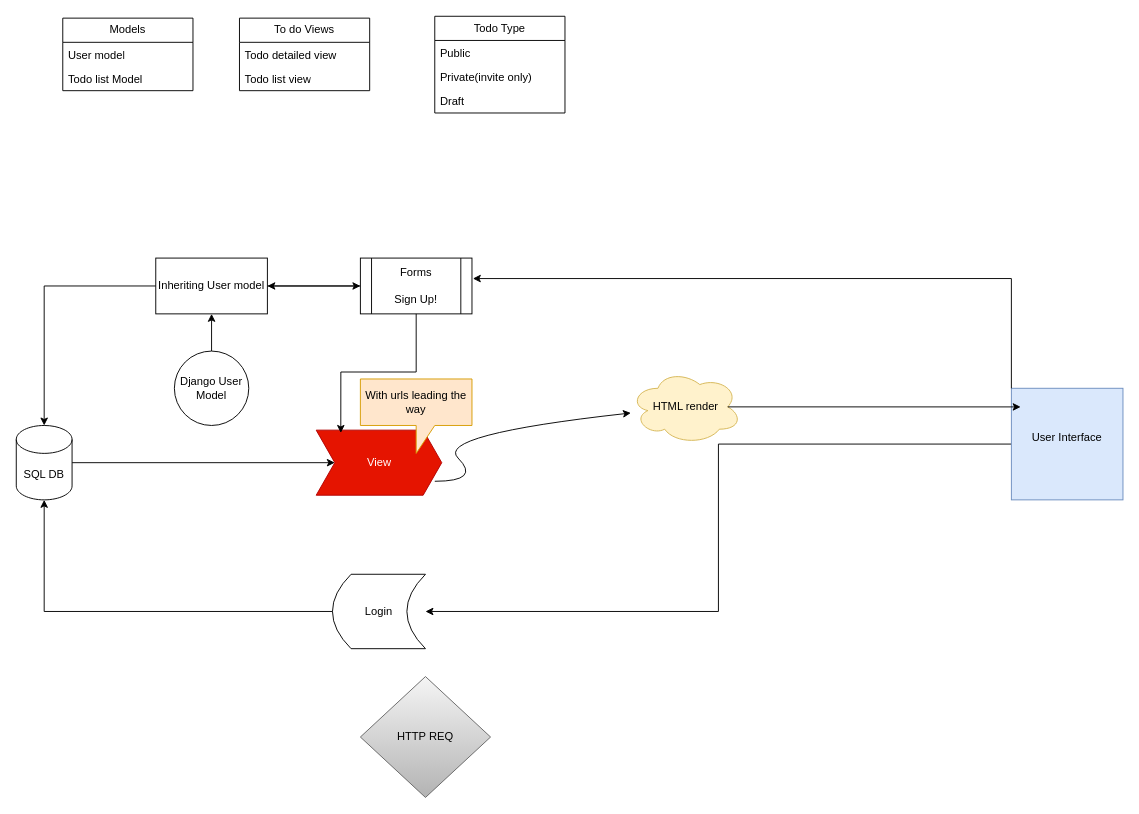
Above: Todolist.drawio in Feltuno/Todolists (draw.io), before the change. Source tidied: cells renumbered, new cells numbered last; positions are measured from the earlier drawing's top-left corner, leaving out a move shared by most shapes. Both pictures are drawn from the tidied source at 93%, with x=0, y=0 at pixel (16, 16).
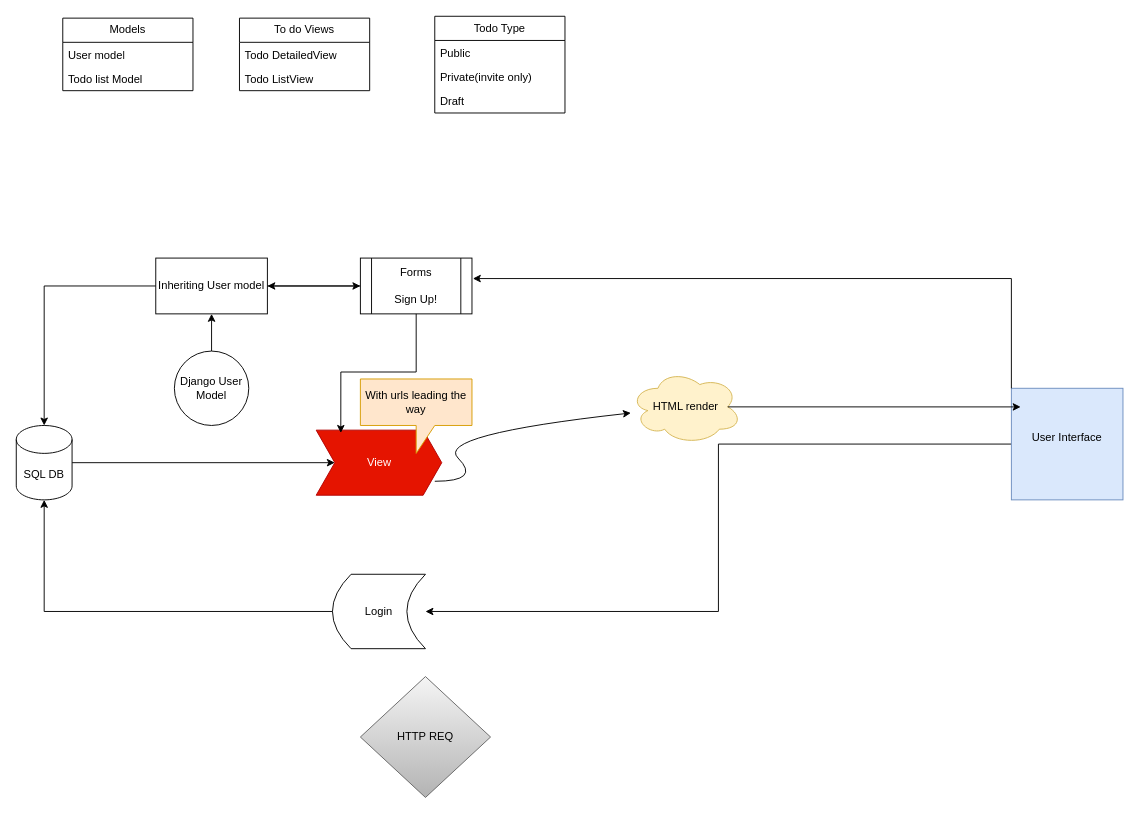
Above is the later version.

The change refers to these unchanged cells:
```xml
<mxCell id="26" value="To do Views" style="swimlane;fontStyle=0;horizontal=1;startSize=26;fillColor=none;whiteSpace=wrap;html=1;" parent="1" vertex="1">
  <mxGeometry x="240" y="2" width="140" height="78" as="geometry" />
</mxCell>
```

Diff of the diagram source:
```diff
@@
-    <mxCell id="27" value="Todo detailed view" style="text;strokeColor=none;fillColor=none;align=left;verticalAlign=top;spacingLeft=4;spacingRight=4;overflow=hidden;whiteSpace=wrap;html=1;" parent="26" vertex="1">
+    <mxCell id="27" value="Todo DetailedView" style="text;strokeColor=none;fillColor=none;align=left;verticalAlign=top;spacingLeft=4;spacingRight=4;overflow=hidden;whiteSpace=wrap;html=1;" parent="26" vertex="1">
       <mxGeometry y="26" width="140" height="26" as="geometry" />
     </mxCell>
-    <mxCell id="28" value="Todo list view" style="text;strokeColor=none;fillColor=none;align=left;verticalAlign=top;spacingLeft=4;spacingRight=4;overflow=hidden;whiteSpace=wrap;html=1;" parent="26" vertex="1">
+    <mxCell id="28" value="Todo ListView" style="text;strokeColor=none;fillColor=none;align=left;verticalAlign=top;spacingLeft=4;spacingRight=4;overflow=hidden;whiteSpace=wrap;html=1;" parent="26" vertex="1">
       <mxGeometry y="52" width="140" height="26" as="geometry" />
     </mxCell>
```
